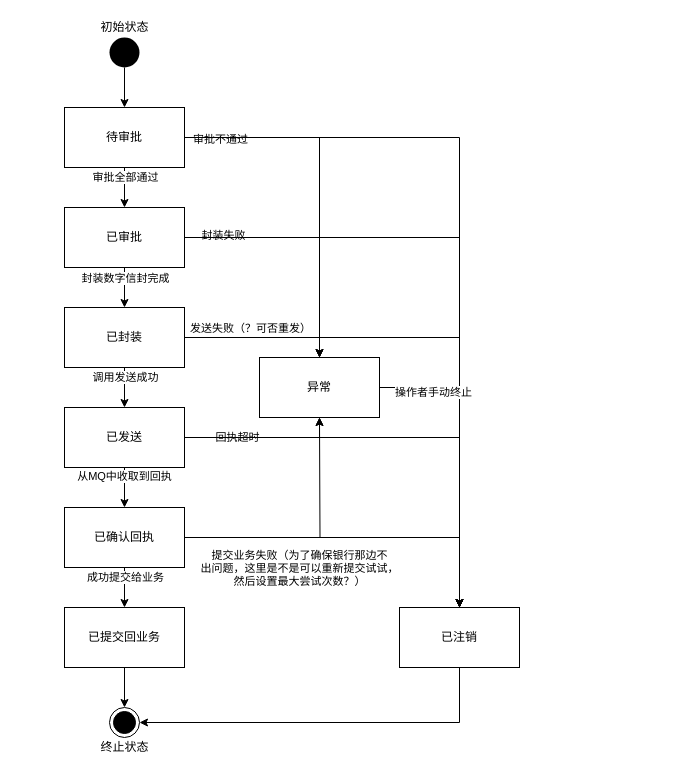
This is 状态转换图.drawio from CTmH/PaperlessBusiness, a draw.io file, before an edit. Source tidied: cells renumbered, new cells numbered last; positions are measured from the earlier drawing's top-left corner, leaving out a move shared by most shapes. Both pictures are drawn from the tidied source at 100%, with x=0, y=0 at pixel (64, 17).
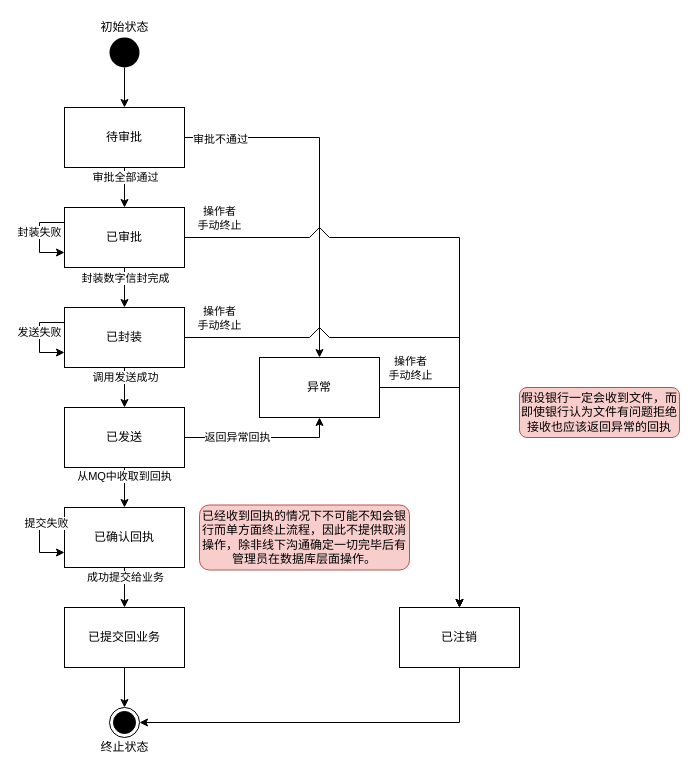
After the change.

Unchanged cells that the change refers to:
```xml
<mxCell id="9" value="待审批" style="whiteSpace=wrap;html=1;perimeterSpacing=0;" parent="1" vertex="1">
  <mxGeometry y="90" width="120" height="60" as="geometry" />
</mxCell>
<mxCell id="15" value="已审批" style="whiteSpace=wrap;html=1;perimeterSpacing=0;" parent="1" vertex="1">
  <mxGeometry y="190" width="120" height="60" as="geometry" />
</mxCell>
<mxCell id="21" value="已封装" style="whiteSpace=wrap;html=1;perimeterSpacing=0;" parent="1" vertex="1">
  <mxGeometry y="290" width="120" height="60" as="geometry" />
</mxCell>
<mxCell id="24" style="edgeStyle=orthogonalEdgeStyle;rounded=0;jettySize=auto;html=1;exitX=1;exitY=0.5;exitDx=0;exitDy=0;entryX=0.5;entryY=1;entryDx=0;entryDy=0;" parent="1" edge="1" source="27" target="40">
  <mxGeometry relative="1" as="geometry" />
</mxCell>
<mxCell id="27" value="已发送" style="whiteSpace=wrap;html=1;perimeterSpacing=0;" parent="1" vertex="1">
  <mxGeometry y="390" width="120" height="60" as="geometry" />
</mxCell>
<mxCell id="33" value="已确认回执" style="whiteSpace=wrap;html=1;perimeterSpacing=0;" parent="1" vertex="1">
  <mxGeometry y="490" width="120" height="60" as="geometry" />
</mxCell>
<mxCell id="38" style="edgeStyle=orthogonalEdgeStyle;rounded=0;jettySize=auto;html=1;" parent="1" edge="1" source="40" target="42">
  <mxGeometry relative="1" as="geometry" />
</mxCell>
<mxCell id="40" value="异常" style="whiteSpace=wrap;html=1;perimeterSpacing=0;" parent="1" vertex="1">
  <mxGeometry x="195" y="340" width="120" height="60" as="geometry" />
</mxCell>
<mxCell id="42" value="已注销" style="whiteSpace=wrap;html=1;perimeterSpacing=0;" parent="1" vertex="1">
  <mxGeometry x="335" y="590" width="120" height="60" as="geometry" />
</mxCell>
```

The edit, as a diff of the source:
```diff
@@
-    <mxCell id="8" style="edgeStyle=orthogonalEdgeStyle;rounded=0;jettySize=auto;html=1;exitX=1;exitY=0.5;exitDx=0;exitDy=0;entryX=0.5;entryY=0;entryDx=0;entryDy=0;" parent="1" edge="1" source="9" target="42">
-      <mxGeometry relative="1" as="geometry" />
-    </mxCell>
@@
-    <mxCell id="12" style="edgeStyle=orthogonalEdgeStyle;rounded=0;jettySize=auto;html=1;exitX=1;exitY=0.5;exitDx=0;exitDy=0;entryX=0.5;entryY=0;entryDx=0;entryDy=0;" parent="1" edge="1" source="15" target="40">
-      <mxGeometry relative="1" as="geometry" />
-    </mxCell>
-    <mxCell id="13" value="封装失败" style="edgeLabel;html=1;align=center;verticalAlign=middle;" parent="12" vertex="1">
-      <mxGeometry x="-0.7" y="3" relative="1" as="geometry" />
-    </mxCell>
-    <mxCell id="14" style="edgeStyle=orthogonalEdgeStyle;rounded=0;jettySize=auto;html=1;exitX=1;exitY=0.5;exitDx=0;exitDy=0;entryX=0.5;entryY=0;entryDx=0;entryDy=0;" parent="1" edge="1" source="15" target="42">
-      <mxGeometry relative="1" as="geometry" />
+    <mxCell id="14" style="rounded=0;jettySize=auto;html=1;exitX=1;exitY=0.5;exitDx=0;exitDy=0;entryX=0.5;entryY=0;entryDx=0;entryDy=0;" parent="1" edge="1" source="15" target="42">
+      <mxGeometry relative="1" as="geometry">
+        <Array as="points">
+          <mxPoint x="245" y="220" />
+          <mxPoint x="255" y="210" />
+          <mxPoint x="265" y="220" />
+          <mxPoint x="395" y="220" />
+        </Array>
+      </mxGeometry>
     </mxCell>
+    <mxCell id="44" value="操作者&lt;br&gt;手动终止" style="edgeLabel;html=1;align=center;verticalAlign=middle;" parent="14" vertex="1">
+      <mxGeometry x="-0.28" y="-2" relative="1" as="geometry">
+        <mxPoint x="-192.4" y="-22" as="offset" />
+      </mxGeometry>
+    </mxCell>
@@
-    <mxCell id="18" style="edgeStyle=orthogonalEdgeStyle;rounded=0;jettySize=auto;html=1;exitX=1;exitY=0.5;exitDx=0;exitDy=0;entryX=0.5;entryY=0;entryDx=0;entryDy=0;" parent="1" edge="1" source="21" target="40">
-      <mxGeometry relative="1" as="geometry" />
-    </mxCell>
-    <mxCell id="19" value="发送失败（？可否重发）" style="edgeLabel;html=1;align=center;verticalAlign=middle;" parent="18" vertex="1">
-      <mxGeometry x="-0.33" y="2" relative="1" as="geometry">
-        <mxPoint x="13" y="-8" as="offset" />
-      </mxGeometry>
-    </mxCell>
-    <mxCell id="20" style="edgeStyle=orthogonalEdgeStyle;rounded=0;jettySize=auto;html=1;exitX=1;exitY=0.5;exitDx=0;exitDy=0;entryX=0.5;entryY=0;entryDx=0;entryDy=0;" parent="1" edge="1" source="21" target="42">
-      <mxGeometry relative="1" as="geometry" />
+    <mxCell id="20" style="rounded=0;jettySize=auto;html=1;entryX=0.5;entryY=0;entryDx=0;entryDy=0;exitX=1;exitY=0.5;exitDx=0;exitDy=0;" parent="1" edge="1" source="21" target="42">
+      <mxGeometry relative="1" as="geometry">
+        <Array as="points">
+          <mxPoint x="245" y="320" />
+          <mxPoint x="255" y="310" />
+          <mxPoint x="265" y="320" />
+          <mxPoint x="395" y="320" />
+        </Array>
+      </mxGeometry>
     </mxCell>
+    <mxCell id="45" value="操作者&lt;br&gt;手动终止" style="edgeLabel;html=1;align=center;verticalAlign=middle;" parent="20" vertex="1">
+      <mxGeometry x="-0.15" y="3" relative="1" as="geometry">
+        <mxPoint x="-192.4" y="-17" as="offset" />
+      </mxGeometry>
+    </mxCell>
@@
-    <mxCell id="25" value="回执超时" style="edgeLabel;html=1;align=center;verticalAlign=middle;" parent="24" vertex="1">
+    <mxCell id="25" value="返回异常回执" style="edgeLabel;html=1;align=center;verticalAlign=middle;" parent="24" vertex="1">
       <mxGeometry x="-0.33" y="1" relative="1" as="geometry" />
     </mxCell>
-    <mxCell id="26" style="edgeStyle=orthogonalEdgeStyle;rounded=0;jettySize=auto;html=1;exitX=1;exitY=0.5;exitDx=0;exitDy=0;entryX=0.5;entryY=0;entryDx=0;entryDy=0;" parent="1" edge="1" source="27" target="42">
-      <mxGeometry relative="1" as="geometry" />
-    </mxCell>
@@
-    <mxCell id="30" style="edgeStyle=orthogonalEdgeStyle;rounded=0;jettySize=auto;html=1;exitX=1;exitY=0.5;exitDx=0;exitDy=0;" parent="1" edge="1" source="33">
-      <mxGeometry relative="1" as="geometry">
-        <mxPoint x="255" y="400" as="targetPoint" />
-      </mxGeometry>
-    </mxCell>
-    <mxCell id="31" value="提交业务失败（为了确保银行那边不&lt;br&gt;出问题，这里是不是可以重新提交试试，&lt;br&gt;然后设置最大尝试次数？）" style="edgeLabel;html=1;align=center;verticalAlign=middle;" parent="30" vertex="1">
-      <mxGeometry x="-0.63" y="3" relative="1" as="geometry">
-        <mxPoint x="67.5" y="33" as="offset" />
-      </mxGeometry>
-    </mxCell>
-    <mxCell id="32" style="edgeStyle=orthogonalEdgeStyle;rounded=0;jettySize=auto;html=1;exitX=1;exitY=0.5;exitDx=0;exitDy=0;entryX=0.5;entryY=0;entryDx=0;entryDy=0;" parent="1" edge="1" source="33" target="42">
-      <mxGeometry relative="1" as="geometry" />
-    </mxCell>
@@
-    <mxCell id="39" value="操作者手动终止" style="edgeLabel;html=1;align=center;verticalAlign=middle;" parent="38" vertex="1">
-      <mxGeometry x="-0.65" y="-4" relative="1" as="geometry" />
+    <mxCell id="39" value="操作者&lt;br&gt;手动终止" style="edgeLabel;html=1;align=center;verticalAlign=middle;" parent="38" vertex="1">
+      <mxGeometry x="-0.65" y="-4" relative="1" as="geometry">
+        <mxPoint x="-22.6" y="-24" as="offset" />
+      </mxGeometry>
     </mxCell>
@@
+    <mxCell id="46" value="假设银行一定会收到文件，而即使银行认为文件有问题拒绝接收也应该返回异常的回执" style="text;html=1;strokeColor=#b85450;fillColor=#f8cecc;align=center;verticalAlign=middle;whiteSpace=wrap;rounded=1;" parent="1" vertex="1">
+      <mxGeometry x="455" y="370" width="160" height="50" as="geometry" />
+    </mxCell>
+    <mxCell id="47" style="edgeStyle=orthogonalEdgeStyle;rounded=0;orthogonalLoop=1;jettySize=auto;html=1;exitX=0;exitY=0.25;exitDx=0;exitDy=0;entryX=0;entryY=0.75;entryDx=0;entryDy=0;" parent="1" edge="1" source="15" target="15">
+      <mxGeometry relative="1" as="geometry">
+        <Array as="points">
+          <mxPoint x="-25" y="205" />
+          <mxPoint x="-25" y="235" />
+        </Array>
+      </mxGeometry>
+    </mxCell>
+    <mxCell id="13" value="封装失败" style="edgeLabel;html=1;align=center;verticalAlign=middle;" parent="47" vertex="1">
+      <mxGeometry x="-0.38" y="9" relative="1" as="geometry">
+        <mxPoint x="-10" y="9" as="offset" />
+      </mxGeometry>
+    </mxCell>
+    <mxCell id="48" style="edgeStyle=orthogonalEdgeStyle;rounded=0;orthogonalLoop=1;jettySize=auto;html=1;exitX=0;exitY=0.25;exitDx=0;exitDy=0;entryX=0;entryY=0.75;entryDx=0;entryDy=0;" parent="1" edge="1" source="21" target="21">
+      <mxGeometry relative="1" as="geometry">
+        <Array as="points">
+          <mxPoint x="-25" y="305" />
+          <mxPoint x="-25" y="335" />
+        </Array>
+      </mxGeometry>
+    </mxCell>
+    <mxCell id="49" value="发送失败" style="edgeLabel;html=1;align=center;verticalAlign=middle;" parent="48" vertex="1">
+      <mxGeometry x="-0.38" y="9" relative="1" as="geometry">
+        <mxPoint x="-10" y="9" as="offset" />
+      </mxGeometry>
+    </mxCell>
+    <mxCell id="50" style="edgeStyle=orthogonalEdgeStyle;rounded=0;orthogonalLoop=1;jettySize=auto;html=1;exitX=0;exitY=0.25;exitDx=0;exitDy=0;entryX=0;entryY=0.75;entryDx=0;entryDy=0;" parent="1" edge="1" source="33" target="33">
+      <mxGeometry relative="1" as="geometry">
+        <Array as="points">
+          <mxPoint x="-25" y="505" />
+          <mxPoint x="-25" y="535" />
+        </Array>
+      </mxGeometry>
+    </mxCell>
+    <mxCell id="51" value="提交失败" style="edgeLabel;html=1;align=center;verticalAlign=middle;" parent="50" vertex="1">
+      <mxGeometry x="-0.38" y="6" relative="1" as="geometry" />
+    </mxCell>
+    <mxCell id="52" value="已经收到回执的情况下不可能不知会银行而单方面终止流程，因此不提供取消操作，除非线下沟通确定一切完毕后有管理员在数据库层面操作。" style="text;html=1;strokeColor=#b85450;fillColor=#f8cecc;align=center;verticalAlign=middle;whiteSpace=wrap;rounded=1;" parent="1" vertex="1">
+      <mxGeometry x="135" y="487.5" width="210" height="65" as="geometry" />
+    </mxCell>
```
